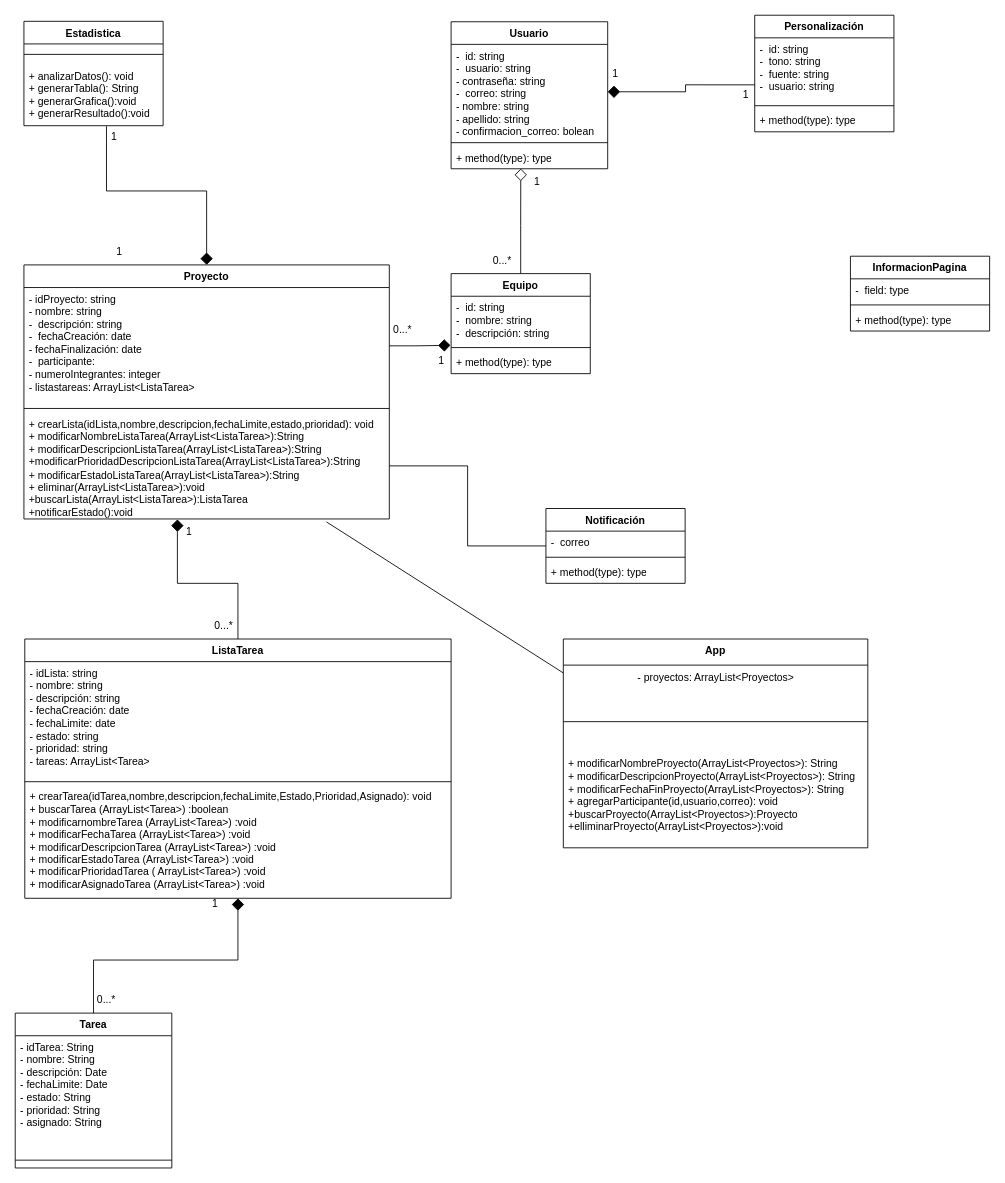
This is page "DiagramaClases8a" (16 of 16) of CoTasker_BoundedContext.drawio from Migue1409-KP/DOO-working-group, a draw.io file, before an edit. Source tidied: cells renumbered, new cells numbered last; positions are measured from the earlier drawing's top-left corner, leaving out a move shared by most shapes. Both pictures are drawn from the tidied source at 87%, with x=0, y=0 at pixel (15, 15).
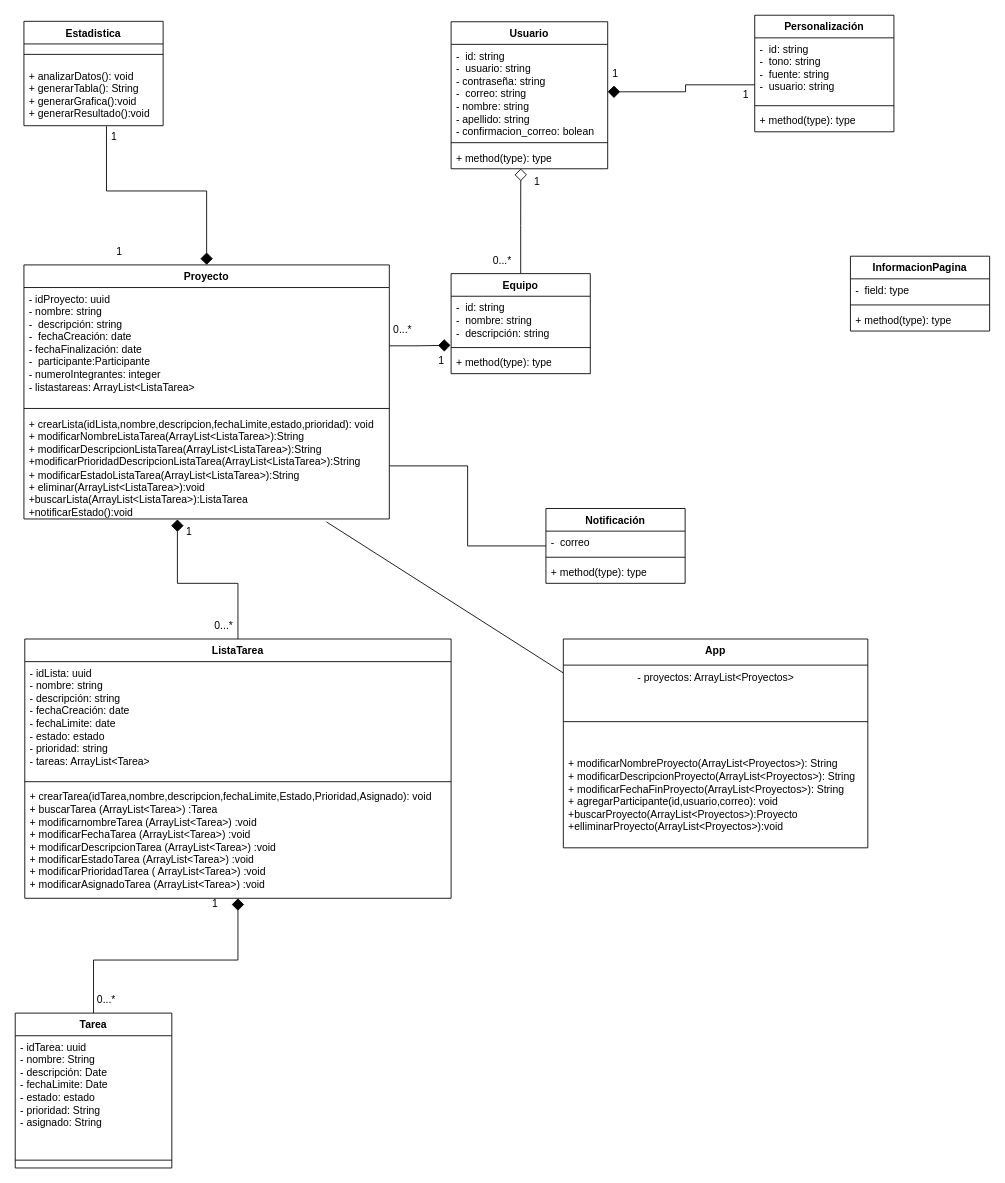
After the change.

The change refers to these unchanged cells:
```xml
<mxCell id="7" value="ListaTarea" style="swimlane;fontStyle=1;align=center;verticalAlign=top;horizontal=1;startSize=26;whiteSpace=wrap;html=1;" parent="1" vertex="1">
  <mxGeometry x="11" y="717" width="490" height="298" as="geometry" />
</mxCell>
<mxCell id="12" value="Proyecto" style="swimlane;fontStyle=1;align=center;verticalAlign=top;horizontal=1;startSize=26;whiteSpace=wrap;html=1;" parent="1" vertex="1">
  <mxGeometry x="10" y="287" width="420" height="292" as="geometry" />
</mxCell>
<mxCell id="17" value="Tarea" style="swimlane;fontStyle=1;align=center;verticalAlign=top;horizontal=1;startSize=26;whiteSpace=wrap;html=1;" parent="1" vertex="1">
  <mxGeometry y="1147" width="180" height="178" as="geometry" />
</mxCell>
```

Diff of the diagram source:
```diff
@@
-    <mxCell id="8" value="- idLista: string&lt;br style=&quot;border-color: var(--border-color);&quot;&gt;- nombre: string&lt;br style=&quot;border-color: var(--border-color);&quot;&gt;- descripción: string&lt;br style=&quot;border-color: var(--border-color);&quot;&gt;- fechaCreación: date&lt;br style=&quot;border-color: var(--border-color);&quot;&gt;- fechaLimite: date&lt;br style=&quot;border-color: var(--border-color);&quot;&gt;-&amp;nbsp;estado: string&lt;br&gt;- prioridad: string&lt;br&gt;- tareas: ArrayList&amp;lt;Tarea&amp;gt;" style="text;strokeColor=none;fillColor=none;align=left;verticalAlign=top;spacingLeft=4;spacingRight=4;overflow=hidden;whiteSpace=wrap;html=1;" parent="7" vertex="1">
+    <mxCell id="8" value="- idLista: uuid&lt;br style=&quot;border-color: var(--border-color);&quot;&gt;- nombre: string&lt;br style=&quot;border-color: var(--border-color);&quot;&gt;- descripción: string&lt;br style=&quot;border-color: var(--border-color);&quot;&gt;- fechaCreación: date&lt;br style=&quot;border-color: var(--border-color);&quot;&gt;- fechaLimite: date&lt;br style=&quot;border-color: var(--border-color);&quot;&gt;-&amp;nbsp;estado: estado&lt;br&gt;- prioridad: string&lt;br&gt;- tareas: ArrayList&amp;lt;Tarea&amp;gt;" style="text;strokeColor=none;fillColor=none;align=left;verticalAlign=top;spacingLeft=4;spacingRight=4;overflow=hidden;whiteSpace=wrap;html=1;" parent="7" vertex="1">
       <mxGeometry y="26" width="490" height="134" as="geometry" />
     </mxCell>
@@
-    <mxCell id="10" value="+ crearTarea(idTarea,nombre,descripcion,fechaLimite,Estado,Prioridad,Asignado): void&lt;br&gt;+ buscarTarea (ArrayList&amp;lt;Tarea&amp;gt;) :boolean&lt;br&gt;+ modificarnombreTarea (ArrayList&amp;lt;Tarea&amp;gt;) :void&lt;br&gt;+ modificarFechaTarea (ArrayList&amp;lt;Tarea&amp;gt;) :void&lt;br&gt;+ modificarDescripcionTarea (ArrayList&amp;lt;Tarea&amp;gt;) :void&lt;br&gt;+ modificarEstadoTarea (ArrayList&amp;lt;Tarea&amp;gt;) :void&lt;br&gt;+ modificarPrioridadTarea ( ArrayList&amp;lt;Tarea&amp;gt;) :void&lt;br&gt;+ modificarAsignadoTarea (ArrayList&amp;lt;Tarea&amp;gt;) :void" style="text;strokeColor=none;fillColor=none;align=left;verticalAlign=top;spacingLeft=4;spacingRight=4;overflow=hidden;points=[[0,0.5],[1,0.5]];portConstraint=eastwest;whiteSpace=wrap;html=1;" parent="7" vertex="1">
+    <mxCell id="10" value="+ crearTarea(idTarea,nombre,descripcion,fechaLimite,Estado,Prioridad,Asignado): void&lt;br&gt;+ buscarTarea (ArrayList&amp;lt;Tarea&amp;gt;) :Tarea&lt;br&gt;+ modificarnombreTarea (ArrayList&amp;lt;Tarea&amp;gt;) :void&lt;br&gt;+ modificarFechaTarea (ArrayList&amp;lt;Tarea&amp;gt;) :void&lt;br&gt;+ modificarDescripcionTarea (ArrayList&amp;lt;Tarea&amp;gt;) :void&lt;br&gt;+ modificarEstadoTarea (ArrayList&amp;lt;Tarea&amp;gt;) :void&lt;br&gt;+ modificarPrioridadTarea ( ArrayList&amp;lt;Tarea&amp;gt;) :void&lt;br&gt;+ modificarAsignadoTarea (ArrayList&amp;lt;Tarea&amp;gt;) :void" style="text;strokeColor=none;fillColor=none;align=left;verticalAlign=top;spacingLeft=4;spacingRight=4;overflow=hidden;points=[[0,0.5],[1,0.5]];portConstraint=eastwest;whiteSpace=wrap;html=1;" parent="7" vertex="1">
       <mxGeometry y="168" width="490" height="130" as="geometry" />
     </mxCell>
@@
-    <mxCell id="13" value="- idProyecto: string&lt;br style=&quot;border-color: var(--border-color);&quot;&gt;-&amp;nbsp;nombre: string&lt;br style=&quot;border-color: var(--border-color);&quot;&gt;-&amp;nbsp;&amp;nbsp;descripción: string&lt;br style=&quot;border-color: var(--border-color);&quot;&gt;-&amp;nbsp;&amp;nbsp;fechaCreación: date&lt;br&gt;-&amp;nbsp;fechaFinalización: date&lt;br&gt;-&amp;nbsp;&amp;nbsp;participante:&amp;nbsp;&lt;br&gt;-&amp;nbsp;numeroIntegrantes: integer&lt;br&gt;- listastareas: ArrayList&amp;lt;ListaTarea&amp;gt;" style="text;strokeColor=none;fillColor=none;align=left;verticalAlign=top;spacingLeft=4;spacingRight=4;overflow=hidden;points=[[0,0.5],[1,0.5]];portConstraint=eastwest;whiteSpace=wrap;html=1;" parent="12" vertex="1">
+    <mxCell id="13" value="- idProyecto: uuid&lt;br style=&quot;border-color: var(--border-color);&quot;&gt;-&amp;nbsp;nombre: string&lt;br style=&quot;border-color: var(--border-color);&quot;&gt;-&amp;nbsp;&amp;nbsp;descripción: string&lt;br style=&quot;border-color: var(--border-color);&quot;&gt;-&amp;nbsp;&amp;nbsp;fechaCreación: date&lt;br&gt;-&amp;nbsp;fechaFinalización: date&lt;br&gt;-&amp;nbsp;&amp;nbsp;participante:Participante&amp;nbsp;&lt;br&gt;-&amp;nbsp;numeroIntegrantes: integer&lt;br&gt;- listastareas: ArrayList&amp;lt;ListaTarea&amp;gt;" style="text;strokeColor=none;fillColor=none;align=left;verticalAlign=top;spacingLeft=4;spacingRight=4;overflow=hidden;points=[[0,0.5],[1,0.5]];portConstraint=eastwest;whiteSpace=wrap;html=1;" parent="12" vertex="1">
       <mxGeometry y="26" width="420" height="134" as="geometry" />
     </mxCell>
@@
-    <mxCell id="18" value="-&amp;nbsp;idTarea: String&lt;br&gt;- nombre: String&lt;br&gt;- descripción: Date&lt;br&gt;- fechaLimite: Date&lt;br&gt;- estado: String&lt;br&gt;- prioridad: String&lt;br&gt;- asignado: String" style="text;strokeColor=none;fillColor=none;align=left;verticalAlign=top;spacingLeft=4;spacingRight=4;overflow=hidden;whiteSpace=wrap;html=1;" parent="17" vertex="1">
+    <mxCell id="18" value="-&amp;nbsp;idTarea: uuid&lt;br&gt;- nombre: String&lt;br&gt;- descripción: Date&lt;br&gt;- fechaLimite: Date&lt;br&gt;- estado: estado&lt;br&gt;- prioridad: String&lt;br&gt;- asignado: String" style="text;strokeColor=none;fillColor=none;align=left;verticalAlign=top;spacingLeft=4;spacingRight=4;overflow=hidden;whiteSpace=wrap;html=1;" parent="17" vertex="1">
       <mxGeometry y="26" width="180" height="134" as="geometry" />
     </mxCell>
```
